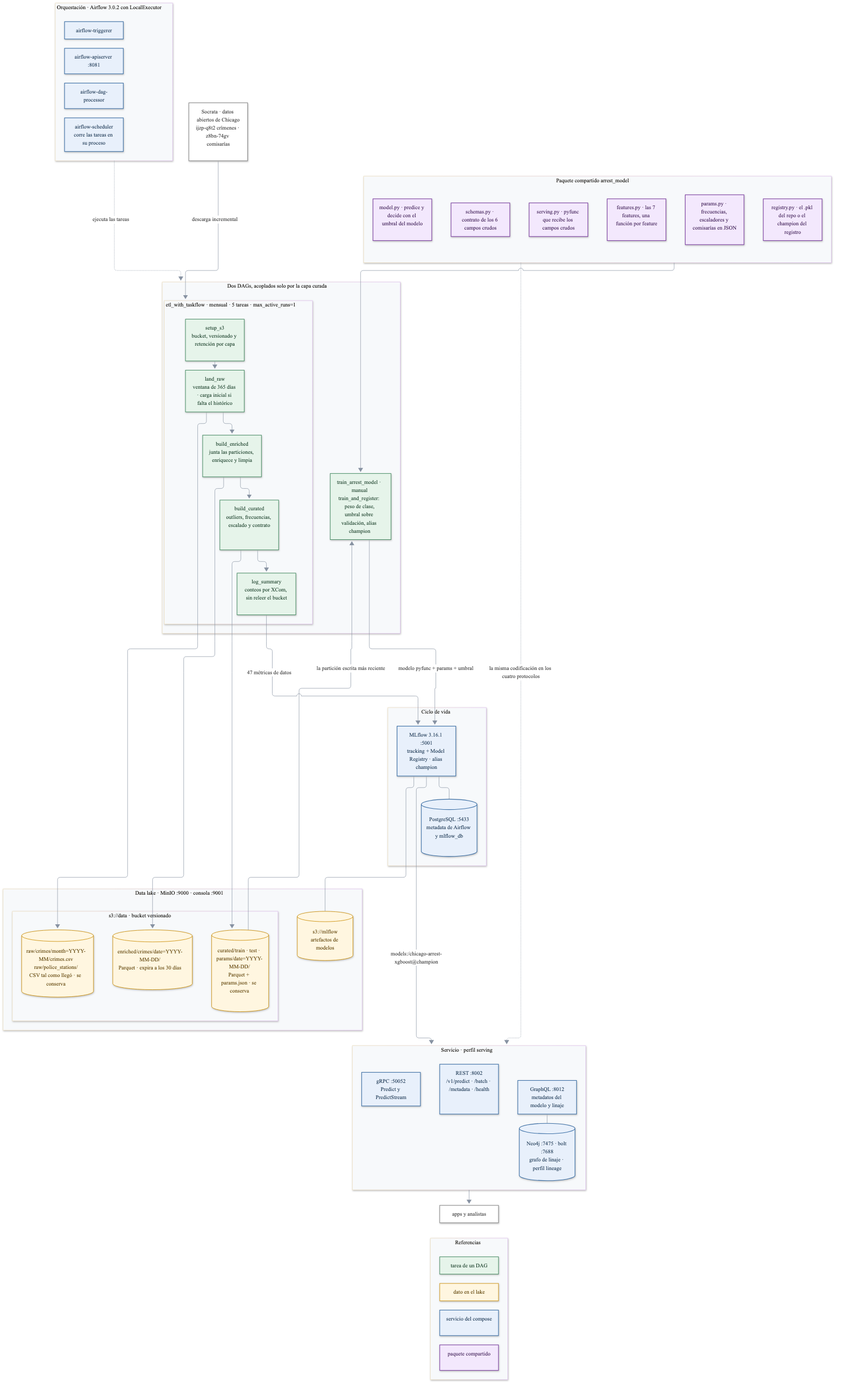
Before: docs/arquitectura.png, a diagram exported from Mermaid (BelCattaneo/mlops2). Its source is kept beside it as docs/arquitectura.mmd.
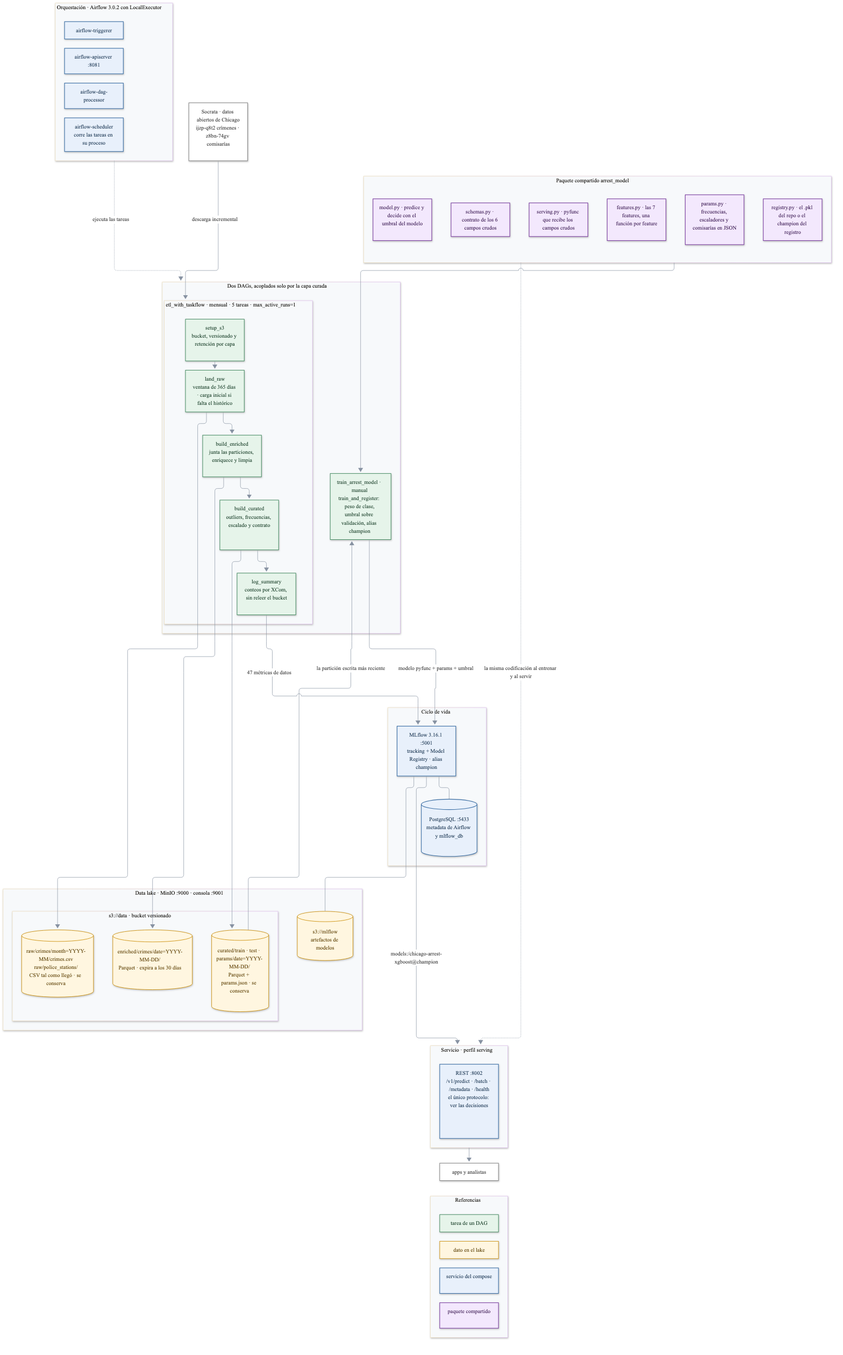
Above is the later version.

Diff of the diagram source:
```diff
@@ -59,10 +59,7 @@
 
   subgraph serv["Servicio · perfil serving"]
     direction TB
-    REST["REST :8002<br/>/v1/predict · /batch · /metadata · /health"]:::infra
-    GQL["GraphQL :8012<br/>metadatos del modelo y linaje"]:::infra
-    GRPC["gRPC :50052<br/>Predict y PredictStream"]:::infra
-    NEO[("Neo4j :7475 · bolt :7688<br/>grafo de linaje · perfil lineage")]:::infra
+    REST["REST :8002<br/>/v1/predict · /batch · /metadata · /health<br/>el único protocolo: ver las decisiones"]:::infra
   end
 
   SOC -->|"descarga incremental"| etl
@@ -76,9 +73,8 @@
   MLF --- ART
   E5 -.->|"47 métricas de datos"| MLF
   MLF -->|"models:/chicago-arrest-xgboost@champion"| serv
-  pkg -.->|"la misma codificación en los cuatro protocolos"| serv
+  pkg -.->|"la misma codificación al entrenar y al servir"| serv
   pkg -.-> TRA
-  GQL --- NEO
   serv --> CLI["apps y analistas"]:::externo
 
   subgraph ref2["Referencias"]
```
